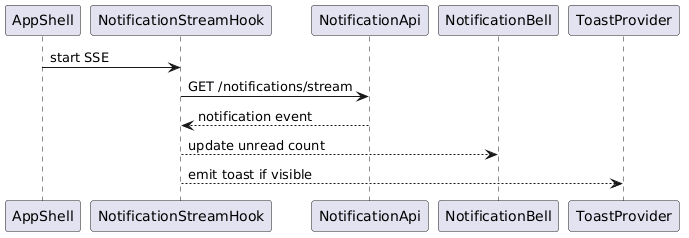
Earlier version of the PlantUML export docs/detailed-designs/diagrams/rendered/fe_seq_notifications.png (QuinntyneBrown/LendQ).
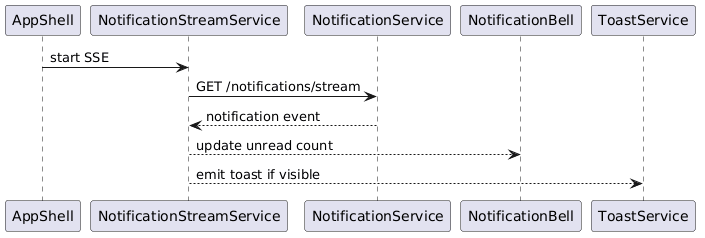
The same diagram one commit later.

What changed in the source:
```diff
@@ -1,13 +1,13 @@
 @startuml
 participant AppShell
-participant NotificationStreamHook
-participant NotificationApi
+participant NotificationStreamService
+participant NotificationService
 participant NotificationBell
-participant ToastProvider
+participant ToastService
 
-AppShell -> NotificationStreamHook : start SSE
-NotificationStreamHook -> NotificationApi : GET /notifications/stream
-NotificationApi --> NotificationStreamHook : notification event
-NotificationStreamHook --> NotificationBell : update unread count
-NotificationStreamHook --> ToastProvider : emit toast if visible
+AppShell -> NotificationStreamService : start SSE
+NotificationStreamService -> NotificationService : GET /notifications/stream
+NotificationService --> NotificationStreamService : notification event
+NotificationStreamService --> NotificationBell : update unread count
+NotificationStreamService --> ToastService : emit toast if visible
 @enduml
```
